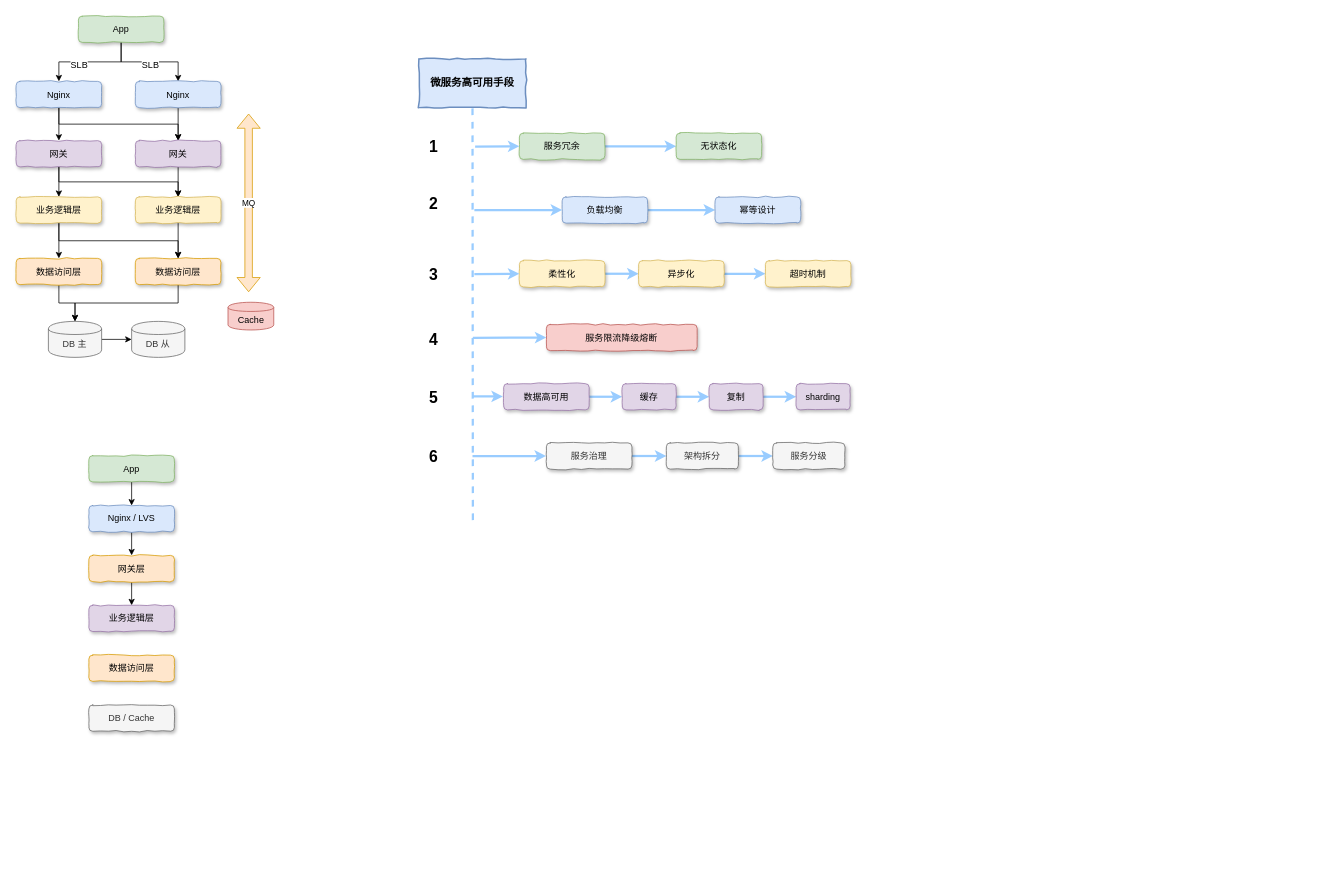
chenyz/EGOTableViewPullRefresh keeps this draw.io diagram as 百万架构.drawio. Above is the earlier version. Source tidied: cells renumbered, new cells numbered last; positions are measured from the earlier drawing's top-left corner, leaving out a move shared by most shapes. Both pictures are drawn from the tidied source at 75%, with x=0, y=0 at pixel (16, 16).
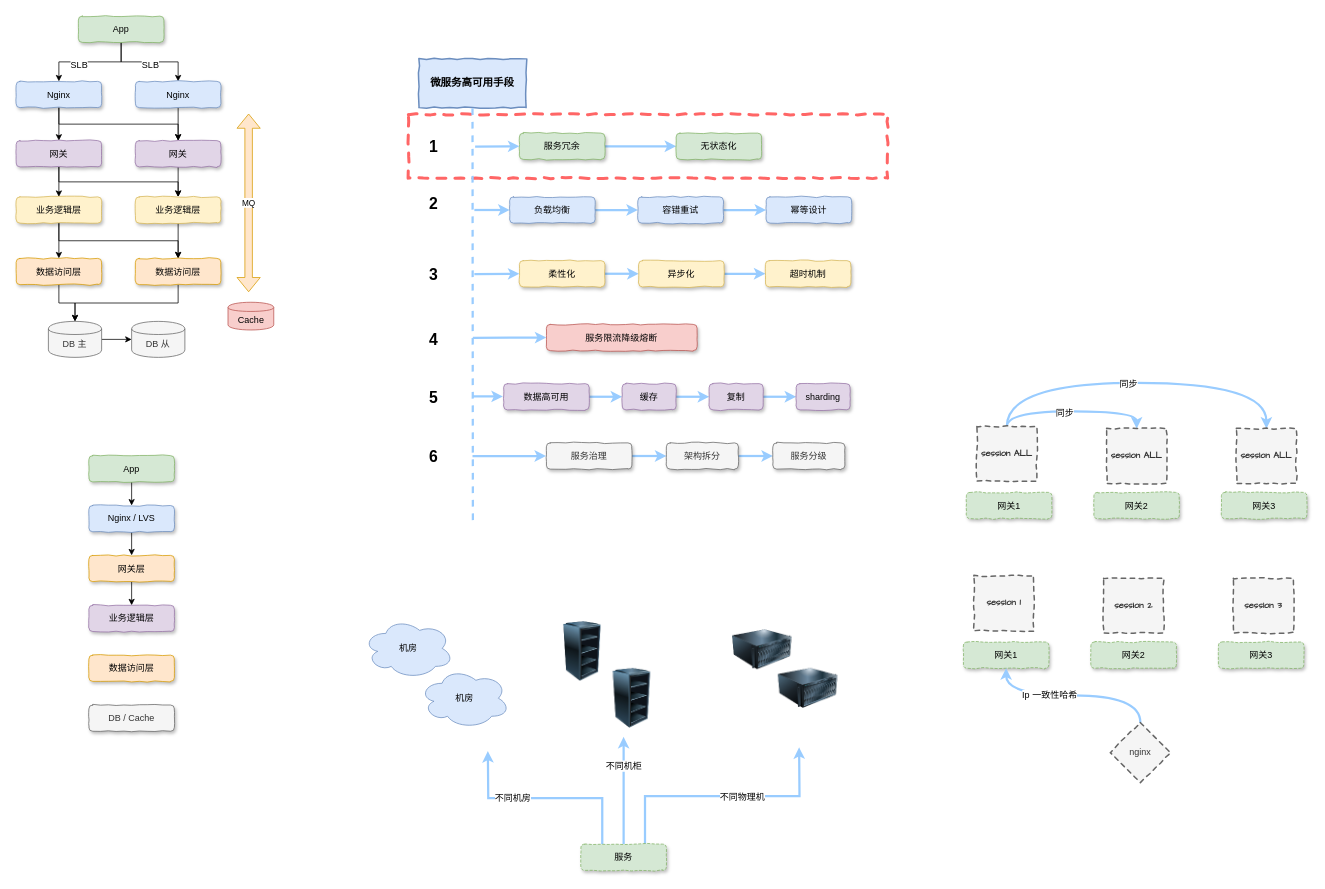
Above is the later version.

Commit message:
更新百万架构.drawio

The edit, as a diff of the source:
```diff
@@
+    <mxCell id="78" style="html=1;whiteSpace=wrap;comic=1;strokeWidth=4;fontFamily=Comic Sans MS;fontStyle=1;strokeColor=#FF6666;dashed=1;" parent="1" vertex="1">
+      <mxGeometry x="523" y="131" width="639" height="85" as="geometry" />
+    </mxCell>
@@
-    <mxCell id="46" style="edgeStyle=orthogonalEdgeStyle;rounded=0;jettySize=auto;html=1;exitX=1;exitY=0.5;exitDx=0;exitDy=0;entryX=0;entryY=0.5;entryDx=0;entryDy=0;strokeColor=#99CCFF;strokeWidth=3;" parent="1" edge="1" source="47" target="49">
-      <mxGeometry relative="1" as="geometry" />
-    </mxCell>
+    <mxCell id="79" style="edgeStyle=orthogonalEdgeStyle;rounded=0;jettySize=auto;html=1;exitX=1;exitY=0.5;exitDx=0;exitDy=0;entryX=0;entryY=0.5;entryDx=0;entryDy=0;strokeColor=#99CCFF;strokeWidth=3;" parent="1" edge="1" source="47" target="81">
+      <mxGeometry relative="1" as="geometry" />
+    </mxCell>
     <mxCell id="47" value="负载均衡" style="rounded=1;whiteSpace=wrap;html=1;shadow=1;comic=1;fillColor=#dae8fc;strokeColor=#6c8ebf;" parent="1" vertex="1">
-      <mxGeometry x="728" y="241" width="114" height="35" as="geometry" />
+      <mxGeometry x="658" y="241" width="114" height="35" as="geometry" />
     </mxCell>
@@
     <mxCell id="49" value="幂等设计" style="rounded=1;whiteSpace=wrap;html=1;shadow=1;comic=1;fillColor=#dae8fc;strokeColor=#6c8ebf;" parent="1" vertex="1">
-      <mxGeometry x="932" y="241" width="114" height="35" as="geometry" />
+      <mxGeometry x="1000" y="241" width="114" height="35" as="geometry" />
     </mxCell>
@@
+    <mxCell id="80" style="edgeStyle=orthogonalEdgeStyle;rounded=0;jettySize=auto;html=1;exitX=1;exitY=0.5;exitDx=0;exitDy=0;entryX=0;entryY=0.5;entryDx=0;entryDy=0;strokeColor=#99CCFF;strokeWidth=3;" parent="1" edge="1" source="81" target="49">
+      <mxGeometry relative="1" as="geometry" />
+    </mxCell>
+    <mxCell id="81" value="容错重试" style="rounded=1;whiteSpace=wrap;html=1;shadow=1;comic=1;fillColor=#dae8fc;strokeColor=#6c8ebf;" parent="1" vertex="1">
+      <mxGeometry x="829" y="241" width="114" height="35" as="geometry" />
+    </mxCell>
+    <mxCell id="82" value="机房" style="ellipse;shape=cloud;whiteSpace=wrap;html=1;fillColor=#dae8fc;strokeColor=#6c8ebf;" parent="1" vertex="1">
+      <mxGeometry x="463" y="803" width="120" height="80" as="geometry" />
+    </mxCell>
+    <mxCell id="83" style="image;html=1;labelBackgroundColor=#ffffff;image=img/lib/clip_art/computers/Server_Rack_Empty_128x128.png;" parent="1" vertex="1">
+      <mxGeometry x="715" y="807" width="80" height="80" as="geometry" />
+    </mxCell>
+    <mxCell id="84" value="机房" style="ellipse;shape=cloud;whiteSpace=wrap;html=1;fillColor=#dae8fc;strokeColor=#6c8ebf;" parent="1" vertex="1">
+      <mxGeometry x="538" y="869.5" width="120" height="80" as="geometry" />
+    </mxCell>
+    <mxCell id="85" style="image;html=1;labelBackgroundColor=#ffffff;image=img/lib/clip_art/computers/Server_Rack_Empty_128x128.png;" parent="1" vertex="1">
+      <mxGeometry x="781" y="869.5" width="80" height="80" as="geometry" />
+    </mxCell>
+    <mxCell id="86" style="image;html=1;labelBackgroundColor=#ffffff;image=img/lib/clip_art/computers/Server_128x128.png;dashed=1;strokeColor=#FF6666;strokeWidth=4;" parent="1" vertex="1">
+      <mxGeometry x="955" y="804.5" width="80" height="80" as="geometry" />
+    </mxCell>
+    <mxCell id="87" style="image;html=1;labelBackgroundColor=#ffffff;image=img/lib/clip_art/computers/Server_128x128.png;dashed=1;strokeColor=#FF6666;strokeWidth=4;" parent="1" vertex="1">
+      <mxGeometry x="1016" y="856" width="80" height="80" as="geometry" />
+    </mxCell>
+    <mxCell id="88" style="edgeStyle=orthogonalEdgeStyle;rounded=0;jettySize=auto;html=1;exitX=0.25;exitY=0;exitDx=0;exitDy=0;strokeColor=#99CCFF;strokeWidth=3;" parent="1" edge="1" source="94">
+      <mxGeometry relative="1" as="geometry">
+        <mxPoint x="629" y="980" as="targetPoint" />
+      </mxGeometry>
+    </mxCell>
+    <mxCell id="89" value="不同机房" style="text;html=1;align=center;verticalAlign=middle;labelBackgroundColor=#ffffff;" parent="88" vertex="1">
+      <mxGeometry x="0.32" relative="1" as="geometry" />
+    </mxCell>
+    <mxCell id="90" style="edgeStyle=orthogonalEdgeStyle;rounded=0;jettySize=auto;html=1;exitX=0.5;exitY=0;exitDx=0;exitDy=0;strokeColor=#99CCFF;strokeWidth=3;" parent="1" edge="1" source="94">
+      <mxGeometry relative="1" as="geometry">
+        <mxPoint x="810" y="961" as="targetPoint" />
+      </mxGeometry>
+    </mxCell>
+    <mxCell id="91" value="不同机柜" style="text;html=1;align=center;verticalAlign=middle;labelBackgroundColor=#ffffff;" parent="90" vertex="1">
+      <mxGeometry x="0.47" y="1" relative="1" as="geometry" />
+    </mxCell>
+    <mxCell id="92" style="edgeStyle=orthogonalEdgeStyle;rounded=0;jettySize=auto;html=1;exitX=0.75;exitY=0;exitDx=0;exitDy=0;strokeColor=#99CCFF;strokeWidth=3;" parent="1" edge="1" source="94">
+      <mxGeometry relative="1" as="geometry">
+        <mxPoint x="1044" y="975" as="targetPoint" />
+      </mxGeometry>
+    </mxCell>
+    <mxCell id="93" value="不同物理机" style="text;html=1;align=center;verticalAlign=middle;labelBackgroundColor=#ffffff;" parent="92" vertex="1">
+      <mxGeometry x="0.15" y="-1" relative="1" as="geometry" />
+    </mxCell>
+    <mxCell id="94" value="服务" style="rounded=1;whiteSpace=wrap;html=1;shadow=1;comic=1;fillColor=#d5e8d4;strokeColor=#82b366;dashed=1;" parent="1" vertex="1">
+      <mxGeometry x="753" y="1104" width="114" height="35" as="geometry" />
+    </mxCell>
+    <mxCell id="95" value="网关1" style="rounded=1;whiteSpace=wrap;html=1;shadow=1;comic=1;fillColor=#d5e8d4;strokeColor=#82b366;dashed=1;" parent="1" vertex="1">
+      <mxGeometry x="1267" y="635" width="114" height="35" as="geometry" />
+    </mxCell>
+    <mxCell id="96" value="网关2" style="rounded=1;whiteSpace=wrap;html=1;shadow=1;comic=1;fillColor=#d5e8d4;strokeColor=#82b366;dashed=1;" parent="1" vertex="1">
+      <mxGeometry x="1437" y="635" width="114" height="35" as="geometry" />
+    </mxCell>
+    <mxCell id="97" value="网关3" style="rounded=1;whiteSpace=wrap;html=1;shadow=1;comic=1;fillColor=#d5e8d4;strokeColor=#82b366;dashed=1;" parent="1" vertex="1">
+      <mxGeometry x="1607" y="635" width="114" height="35" as="geometry" />
+    </mxCell>
+    <mxCell id="98" style="edgeStyle=orthogonalEdgeStyle;rounded=0;jettySize=auto;html=1;exitX=0.5;exitY=0;exitDx=0;exitDy=0;entryX=0.5;entryY=0;entryDx=0;entryDy=0;strokeColor=#99CCFF;strokeWidth=3;curved=1;" parent="1" edge="1" source="102" target="103">
+      <mxGeometry relative="1" as="geometry" />
+    </mxCell>
+    <mxCell id="99" value="同步" style="text;html=1;align=center;verticalAlign=middle;labelBackgroundColor=#ffffff;" parent="98" vertex="1">
+      <mxGeometry x="-0.11" y="-1" relative="1" as="geometry" />
+    </mxCell>
+    <mxCell id="100" style="edgeStyle=orthogonalEdgeStyle;curved=1;rounded=0;jettySize=auto;html=1;exitX=0.5;exitY=0;exitDx=0;exitDy=0;entryX=0.5;entryY=0;entryDx=0;entryDy=0;strokeColor=#99CCFF;strokeWidth=3;" parent="1" edge="1" source="102" target="104">
+      <mxGeometry relative="1" as="geometry">
+        <Array as="points">
+          <mxPoint x="1321" y="489" />
+          <mxPoint x="1667" y="489" />
+        </Array>
+      </mxGeometry>
+    </mxCell>
+    <mxCell id="101" value="同步" style="text;html=1;align=center;verticalAlign=middle;labelBackgroundColor=#ffffff;" parent="100" vertex="1">
+      <mxGeometry x="-0.06" y="-1" relative="1" as="geometry" />
+    </mxCell>
+    <mxCell id="102" value="session ALL" style="html=1;whiteSpace=wrap;comic=1;strokeWidth=2;fontFamily=Comic Sans MS;fontStyle=1;dashed=1;fillColor=#f5f5f5;strokeColor=#666666;fontColor=#333333;" parent="1" vertex="1">
+      <mxGeometry x="1281" y="547" width="80" height="73" as="geometry" />
+    </mxCell>
+    <mxCell id="103" value="session ALL" style="html=1;whiteSpace=wrap;comic=1;strokeWidth=2;fontFamily=Comic Sans MS;fontStyle=1;dashed=1;fillColor=#f5f5f5;strokeColor=#666666;fontColor=#333333;" parent="1" vertex="1">
+      <mxGeometry x="1454" y="550" width="80" height="73" as="geometry" />
+    </mxCell>
+    <mxCell id="104" value="session ALL" style="html=1;whiteSpace=wrap;comic=1;strokeWidth=2;fontFamily=Comic Sans MS;fontStyle=1;dashed=1;fillColor=#f5f5f5;strokeColor=#666666;fontColor=#333333;" parent="1" vertex="1">
+      <mxGeometry x="1627" y="550" width="80" height="73" as="geometry" />
+    </mxCell>
+    <mxCell id="105" value="网关1" style="rounded=1;whiteSpace=wrap;html=1;shadow=1;comic=1;fillColor=#d5e8d4;strokeColor=#82b366;dashed=1;" parent="1" vertex="1">
+      <mxGeometry x="1263" y="834.5" width="114" height="35" as="geometry" />
+    </mxCell>
+    <mxCell id="106" value="网关2" style="rounded=1;whiteSpace=wrap;html=1;shadow=1;comic=1;fillColor=#d5e8d4;strokeColor=#82b366;dashed=1;" parent="1" vertex="1">
+      <mxGeometry x="1433" y="834.5" width="114" height="35" as="geometry" />
+    </mxCell>
+    <mxCell id="107" value="网关3" style="rounded=1;whiteSpace=wrap;html=1;shadow=1;comic=1;fillColor=#d5e8d4;strokeColor=#82b366;dashed=1;" parent="1" vertex="1">
+      <mxGeometry x="1603" y="834.5" width="114" height="35" as="geometry" />
+    </mxCell>
+    <mxCell id="108" value="session 1" style="html=1;whiteSpace=wrap;comic=1;strokeWidth=2;fontFamily=Comic Sans MS;fontStyle=1;dashed=1;fillColor=#f5f5f5;strokeColor=#666666;fontColor=#333333;" parent="1" vertex="1">
+      <mxGeometry x="1277" y="746.5" width="80" height="73" as="geometry" />
+    </mxCell>
+    <mxCell id="109" value="session 2" style="html=1;whiteSpace=wrap;comic=1;strokeWidth=2;fontFamily=Comic Sans MS;fontStyle=1;dashed=1;fillColor=#f5f5f5;strokeColor=#666666;fontColor=#333333;" parent="1" vertex="1">
+      <mxGeometry x="1450" y="749.5" width="80" height="73" as="geometry" />
+    </mxCell>
+    <mxCell id="110" value="session 3" style="html=1;whiteSpace=wrap;comic=1;strokeWidth=2;fontFamily=Comic Sans MS;fontStyle=1;dashed=1;fillColor=#f5f5f5;strokeColor=#666666;fontColor=#333333;" parent="1" vertex="1">
+      <mxGeometry x="1623" y="749.5" width="80" height="73" as="geometry" />
+    </mxCell>
+    <mxCell id="111" style="edgeStyle=orthogonalEdgeStyle;curved=1;rounded=0;jettySize=auto;html=1;exitX=0.5;exitY=0;exitDx=0;exitDy=0;entryX=0.5;entryY=1;entryDx=0;entryDy=0;strokeColor=#99CCFF;strokeWidth=3;" parent="1" edge="1" source="113" target="105">
+      <mxGeometry relative="1" as="geometry" />
+    </mxCell>
+    <mxCell id="112" value="Ip 一致性哈希" style="text;html=1;align=center;verticalAlign=middle;labelBackgroundColor=#ffffff;" parent="111" vertex="1">
+      <mxGeometry x="0.26" relative="1" as="geometry" />
+    </mxCell>
+    <mxCell id="113" value="nginx" style="rhombus;whiteSpace=wrap;html=1;dashed=1;strokeColor=#666666;strokeWidth=2;comic=1;fillColor=#f5f5f5;fontColor=#333333;" parent="1" vertex="1">
+      <mxGeometry x="1459" y="942" width="80" height="80" as="geometry" />
+    </mxCell>
```
